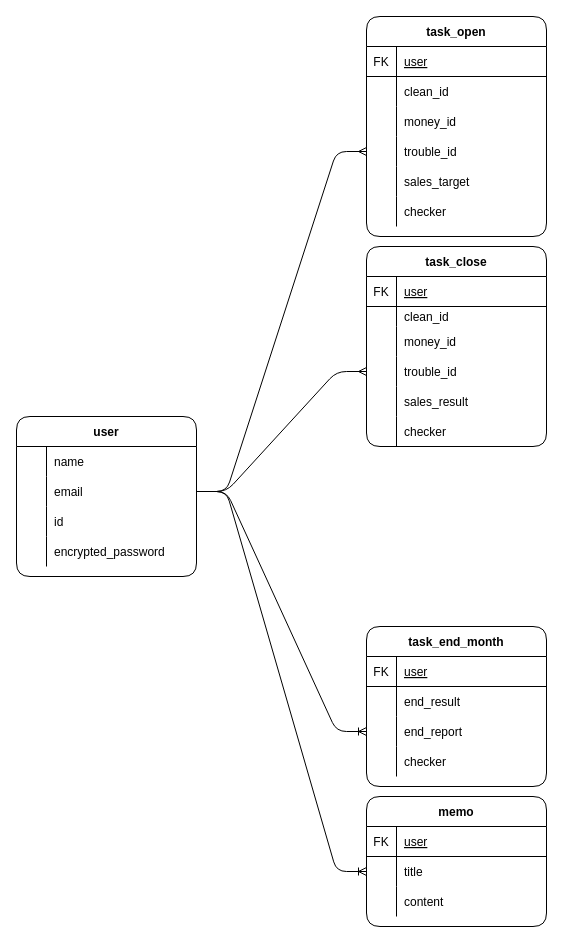
Above: managements_tool.dio in 57480075/managements_tool (draw.io), before the change. Source tidied: cells renumbered, new cells numbered last; positions are measured from the earlier drawing's top-left corner, leaving out a move shared by most shapes. Both pictures are drawn from the tidied source at 100%, with x=0, y=0 at pixel (16, 16).
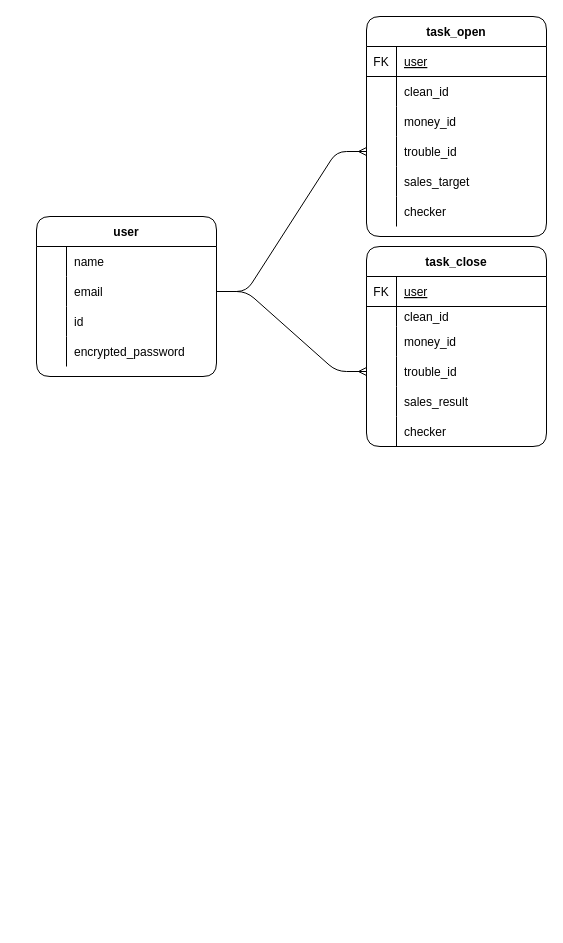
Above is the later version.

Commit message (it also covers changes not shown here):
dioファイルの修正

Unchanged cells that the change refers to:
```xml
<mxCell id="6" style="shape=partialRectangle;fillColor=none;top=0;left=0;bottom=0;right=0;points=[[0,0.5],[1,0.5]];portConstraint=eastwest;" parent="2" vertex="1">
  <mxGeometry y="60" width="180" height="30" as="geometry" />
</mxCell>
```

Diff of the diagram source:
```diff
@@
     <mxCell id="2" value="user" style="shape=table;startSize=30;childLayout=tableLayout;rowLines=0;fontStyle=1;align=center;rounded=1;sketch=0;shadow=0;" parent="1" vertex="1">
-      <mxGeometry y="400" width="180" height="160" as="geometry" />
+      <mxGeometry x="20" y="200" width="180" height="160" as="geometry" />
     </mxCell>
@@
-    <mxCell id="53" value="task_end_month" style="shape=table;startSize=30;childLayout=tableLayout;rowLines=0;fontStyle=1;align=center;rounded=1;" parent="1" vertex="1">
-      <mxGeometry x="350" y="610" width="180" height="160" as="geometry" />
-    </mxCell>
-    <mxCell id="54" style="shape=partialRectangle;fillColor=none;top=0;left=0;bottom=1;right=0;" parent="53" vertex="1">
-      <mxGeometry y="30" width="180" height="30" as="geometry" />
-    </mxCell>
-    <mxCell id="55" value="FK" style="shape=partialRectangle;fillColor=none;top=0;left=0;bottom=0;right=0;fontStyle=0;overflow=hidden;" parent="54" vertex="1">
-      <mxGeometry width="30" height="30" as="geometry" />
-    </mxCell>
-    <mxCell id="56" value="user" style="shape=partialRectangle;fillColor=none;top=0;left=0;bottom=0;right=0;align=left;spacingLeft=6;fontStyle=4;overflow=hidden;" parent="54" vertex="1">
-      <mxGeometry x="30" width="150" height="30" as="geometry" />
-    </mxCell>
-    <mxCell id="57" style="shape=partialRectangle;fillColor=none;top=0;left=0;bottom=0;right=0;" parent="53" vertex="1">
-      <mxGeometry y="60" width="180" height="30" as="geometry" />
-    </mxCell>
-    <mxCell id="58" style="shape=partialRectangle;fillColor=none;top=0;left=0;bottom=0;right=0;overflow=hidden;" parent="57" vertex="1">
-      <mxGeometry width="30" height="30" as="geometry" />
-    </mxCell>
-    <mxCell id="59" value="end_result" style="shape=partialRectangle;fillColor=none;top=0;left=0;bottom=0;right=0;align=left;spacingLeft=6;overflow=hidden;" parent="57" vertex="1">
-      <mxGeometry x="30" width="150" height="30" as="geometry" />
-    </mxCell>
-    <mxCell id="60" style="shape=partialRectangle;fillColor=none;top=0;left=0;bottom=0;right=0;points=[[0,0.5],[1,0.5]];portConstraint=eastwest;" parent="53" vertex="1">
-      <mxGeometry y="90" width="180" height="30" as="geometry" />
-    </mxCell>
-    <mxCell id="61" style="shape=partialRectangle;fillColor=none;top=0;left=0;bottom=0;right=0;overflow=hidden;" parent="60" vertex="1">
-      <mxGeometry width="30" height="30" as="geometry" />
-    </mxCell>
-    <mxCell id="62" value="end_report" style="shape=partialRectangle;fillColor=none;top=0;left=0;bottom=0;right=0;align=left;spacingLeft=6;overflow=hidden;" parent="60" vertex="1">
-      <mxGeometry x="30" width="150" height="30" as="geometry" />
-    </mxCell>
-    <mxCell id="63" style="shape=partialRectangle;fillColor=none;top=0;left=0;bottom=0;right=0;" parent="53" vertex="1">
-      <mxGeometry y="120" width="180" height="30" as="geometry" />
-    </mxCell>
-    <mxCell id="64" style="shape=partialRectangle;fillColor=none;top=0;left=0;bottom=0;right=0;overflow=hidden;" parent="63" vertex="1">
-      <mxGeometry width="30" height="30" as="geometry" />
-    </mxCell>
-    <mxCell id="65" value="checker " style="shape=partialRectangle;fillColor=none;top=0;left=0;bottom=0;right=0;align=left;spacingLeft=6;overflow=hidden;" parent="63" vertex="1">
-      <mxGeometry x="30" width="150" height="30" as="geometry" />
-    </mxCell>
-    <mxCell id="66" value="memo" style="shape=table;startSize=30;childLayout=tableLayout;rowLines=0;fontStyle=1;align=center;rounded=1;" parent="1" vertex="1">
-      <mxGeometry x="350" y="780" width="180" height="130" as="geometry" />
-    </mxCell>
-    <mxCell id="67" style="shape=partialRectangle;fillColor=none;top=0;left=0;bottom=1;right=0;" parent="66" vertex="1">
-      <mxGeometry y="30" width="180" height="30" as="geometry" />
-    </mxCell>
-    <mxCell id="68" value="FK" style="shape=partialRectangle;fillColor=none;top=0;left=0;bottom=0;right=0;fontStyle=0;overflow=hidden;" parent="67" vertex="1">
-      <mxGeometry width="30" height="30" as="geometry" />
-    </mxCell>
-    <mxCell id="69" value="user" style="shape=partialRectangle;fillColor=none;top=0;left=0;bottom=0;right=0;align=left;spacingLeft=6;fontStyle=4;overflow=hidden;" parent="67" vertex="1">
-      <mxGeometry x="30" width="150" height="30" as="geometry" />
-    </mxCell>
-    <mxCell id="70" style="shape=partialRectangle;fillColor=none;top=0;left=0;bottom=0;right=0;points=[[0,0.5],[1,0.5]];portConstraint=eastwest;" parent="66" vertex="1">
-      <mxGeometry y="60" width="180" height="30" as="geometry" />
-    </mxCell>
-    <mxCell id="71" style="shape=partialRectangle;fillColor=none;top=0;left=0;bottom=0;right=0;overflow=hidden;" parent="70" vertex="1">
-      <mxGeometry width="30" height="30" as="geometry" />
-    </mxCell>
-    <mxCell id="72" value="title" style="shape=partialRectangle;fillColor=none;top=0;left=0;bottom=0;right=0;align=left;spacingLeft=6;overflow=hidden;" parent="70" vertex="1">
-      <mxGeometry x="30" width="150" height="30" as="geometry" />
-    </mxCell>
-    <mxCell id="73" style="shape=partialRectangle;fillColor=none;top=0;left=0;bottom=0;right=0;" parent="66" vertex="1">
-      <mxGeometry y="90" width="180" height="30" as="geometry" />
-    </mxCell>
-    <mxCell id="74" style="shape=partialRectangle;fillColor=none;top=0;left=0;bottom=0;right=0;overflow=hidden;" parent="73" vertex="1">
-      <mxGeometry width="30" height="30" as="geometry" />
-    </mxCell>
-    <mxCell id="75" value="content" style="shape=partialRectangle;fillColor=none;top=0;left=0;bottom=0;right=0;align=left;spacingLeft=6;overflow=hidden;" parent="73" vertex="1">
-      <mxGeometry x="30" width="150" height="30" as="geometry" />
-    </mxCell>
@@
-    <mxCell id="78" style="edgeStyle=entityRelationEdgeStyle;fontSize=12;html=1;endArrow=ERoneToMany;exitX=1;exitY=0.5;exitDx=0;exitDy=0;entryX=0;entryY=0.5;entryDx=0;entryDy=0;" parent="1" edge="1" source="6" target="60">
-      <mxGeometry relative="1" as="geometry" />
-    </mxCell>
-    <mxCell id="79" style="edgeStyle=entityRelationEdgeStyle;fontSize=12;html=1;endArrow=ERoneToMany;exitX=1;exitY=0.5;exitDx=0;exitDy=0;entryX=0;entryY=0.5;entryDx=0;entryDy=0;" parent="1" edge="1" source="6" target="70">
-      <mxGeometry relative="1" as="geometry" />
-    </mxCell>
```
